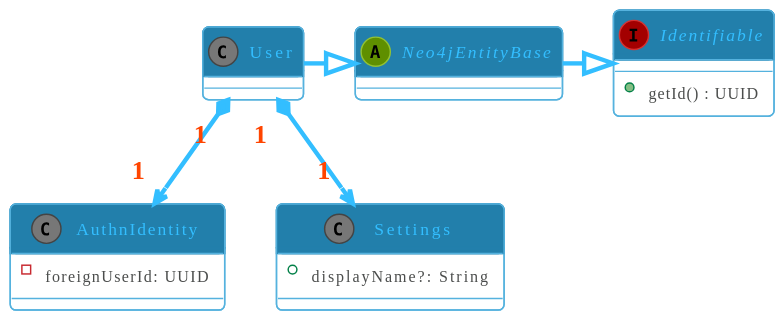
Above: user.svg in xenoterracide/iw-pm-backend (PlantUML), before the change.
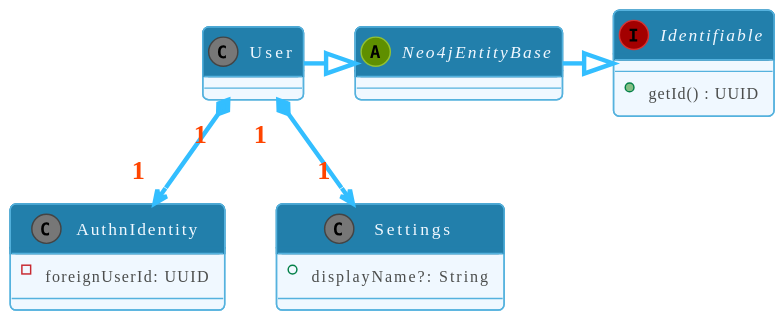
After the change.

Commit message:
Generate SVG images for PlantUML diagrams

The edit, as a diff of the source:
```diff
@@ -1,5 +1,6 @@
 @startuml
 !include ./theme.puml
+!include theme.puml
 interface Identifiable {
    +getId() : UUID
 }
```
